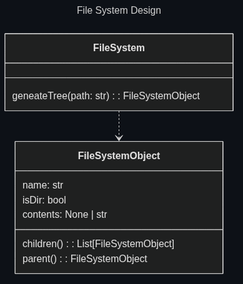
The Mermaid diagram docs/assets/mermaid/fs_design.png in Oldranda1414/AutoDev, before a commit. Its source is kept beside it as docs/assets/src/fs_design.mmd. Source of this version:
```mermaid
---
title: File System Design
---
classDiagram
    class FileSystem {
        geneateTree(path: str): FileSystemObject
    }

    class FileSystemObject {
        name: str
        isDir: bool
        contents: None | str
        children(): List[FileSystemObject]
        parent(): FileSystemObject
    }

    FileSystem ..> FileSystemObject
```
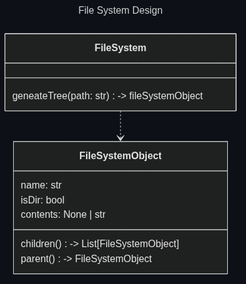
Later version of the same file.

Diff of the diagram source:
```diff
@@ -3,15 +3,15 @@
 ---
 classDiagram
     class FileSystem {
-        geneateTree(path: str): FileSystemObject
+        geneateTree(path: str) -> fileSystemObject
     }
 
     class FileSystemObject {
         name: str
         isDir: bool
         contents: None | str
-        children(): List[FileSystemObject]
-        parent(): FileSystemObject
+        children() -> List[FileSystemObject]
+        parent() -> FileSystemObject
     }
 
     FileSystem ..> FileSystemObject
```
